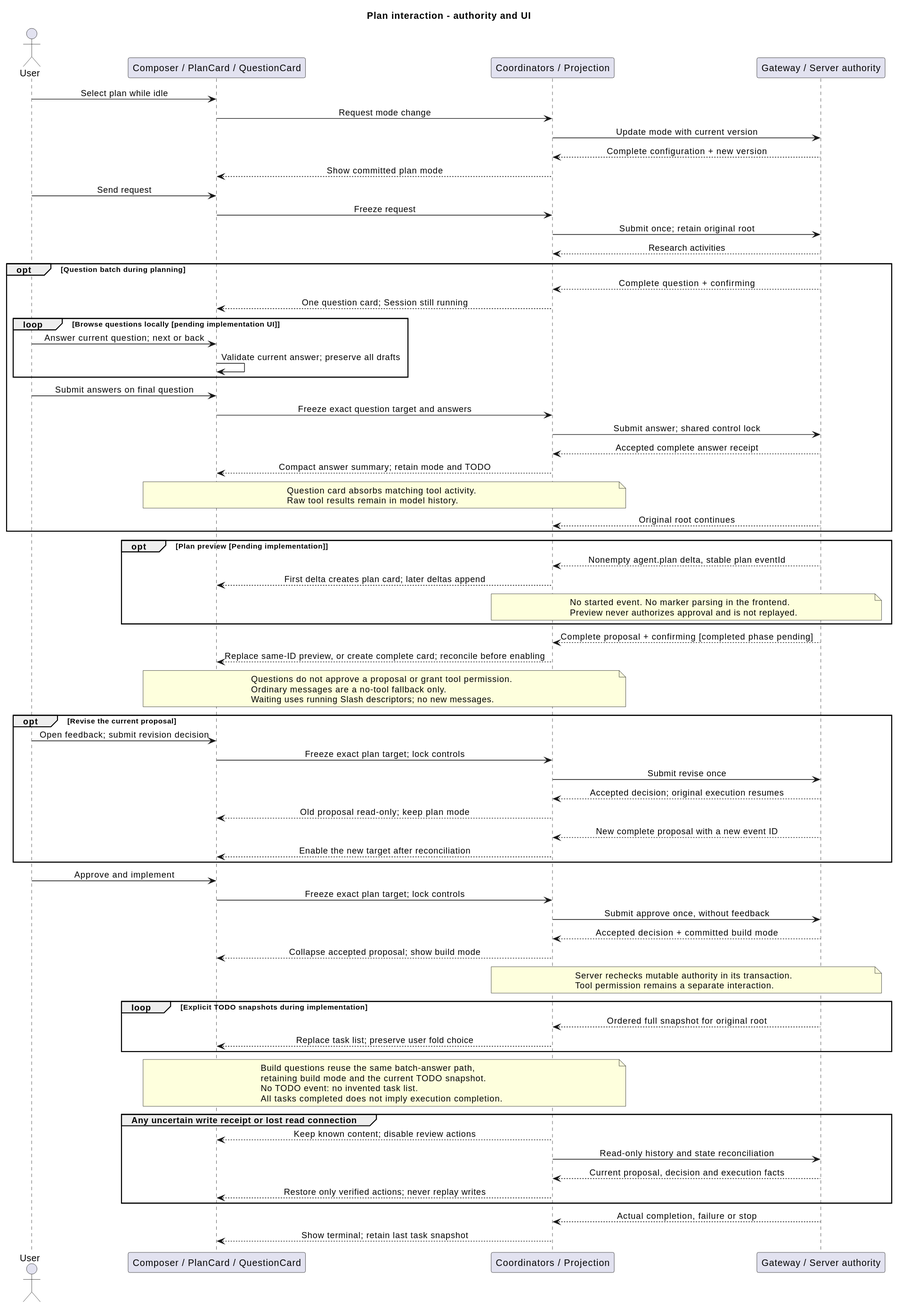
Before: 07-前端设计/技术设计/target_plan_interaction.svg, a diagram exported from PlantUML (ssm0808/pi-mono-java-design). Source of this version:
```plantuml
@startuml
title Plan interaction - authority and UI
skinparam backgroundColor white
skinparam shadowing false
skinparam defaultFontName SansSerif
skinparam sequenceMessageAlign center
actor User
participant "Composer / PlanCard / QuestionCard" as UI
participant "Coordinators / Projection" as State
participant "Gateway / Server authority" as API
User -> UI : Select plan while idle
UI -> State : Request mode change
State -> API : Update mode with current version
API --> State : Complete configuration + new version
State --> UI : Show committed plan mode
User -> UI : Send request
UI -> State : Freeze request
State -> API : Submit once; retain original root
API --> State : Research activities
opt Question batch during planning
  API --> State : Complete question + confirming
  State --> UI : One question card; Session still running
  loop Browse questions locally [pending implementation UI]
    User -> UI : Answer current question; next or back
    UI -> UI : Validate current answer; preserve all drafts
  end
  User -> UI : Submit answers on final question
  UI -> State : Freeze exact question target and answers
  State -> API : Submit answer; shared control lock
  API --> State : Accepted complete answer receipt
  State --> UI : Compact answer summary; retain mode and TODO
  note over UI, State
    Question card absorbs matching tool activity.
    Raw tool results remain in model history.
  end note
  API --> State : Original root continues
end
opt Plan preview [Pending implementation]
  API --> State : Nonempty agent.plan delta, stable plan eventId
  State --> UI : First delta creates plan card; later deltas append
  note over State, API
    No started event. No marker parsing in the frontend.
    Preview never authorizes approval and is not replayed.
  end note
end
API --> State : Complete proposal + confirming [completed phase pending]
State --> UI : Replace same-ID preview, or create complete card; reconcile before enabling
note over UI, State
  Questions do not approve a proposal or grant tool permission.
  Ordinary messages are a no-tool fallback only.
  Waiting uses running Slash descriptors; no new messages.
end note
opt Revise the current proposal
  User -> UI : Open feedback; submit revision decision
  UI -> State : Freeze exact plan target; lock controls
  State -> API : Submit revise once
  API --> State : Accepted decision; original execution resumes
  State --> UI : Old proposal read-only; keep plan mode
  API --> State : New complete proposal with a new event ID
  State --> UI : Enable the new target after reconciliation
end
User -> UI : Approve and implement
UI -> State : Freeze exact plan target; lock controls
State -> API : Submit approve once, without feedback
API --> State : Accepted decision + committed build mode
State --> UI : Collapse accepted proposal; show build mode
note over State, API
  Server rechecks mutable authority in its transaction.
  Tool permission remains a separate interaction.
end note
loop Explicit TODO snapshots during implementation
  API --> State : Ordered full snapshot for original root
  State --> UI : Replace task list; preserve user fold choice
end
note over UI, State
  Build questions reuse the same batch-answer path,
  retaining build mode and the current TODO snapshot.
  No TODO event: no invented task list.
  All tasks completed does not imply execution completion.
end note
group Any uncertain write receipt or lost read connection
  State --> UI : Keep known content; disable review actions
  State -> API : Read-only history and state reconciliation
  API --> State : Current proposal, decision and execution facts
  State --> UI : Restore only verified actions; never replay writes
end
API --> State : Actual completion, failure or stop
State --> UI : Show terminal; retain last task snapshot
@enduml
```
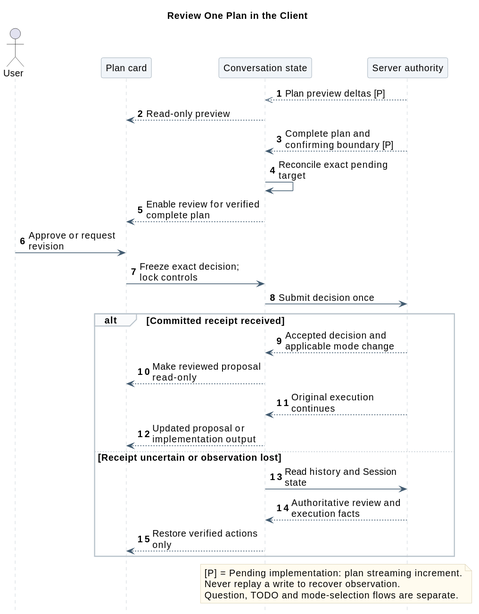
The same diagram one commit later.

Change to the diagram source:
```diff
@@ -1,89 +1,47 @@
 @startuml
-title Plan interaction - authority and UI
 skinparam backgroundColor white
+skinparam defaultFontName SansSerif
+skinparam defaultFontSize 14
 skinparam shadowing false
-skinparam defaultFontName SansSerif
-skinparam sequenceMessageAlign center
+skinparam sequenceMessageAlign left
+skinparam maxMessageSize 180
+skinparam sequenceArrowColor #425B70
+skinparam sequenceLifeLineBorderColor #BAC4CC
+skinparam sequenceParticipantBackgroundColor #F1F5F9
+skinparam sequenceParticipantBorderColor #8496A4
+skinparam sequenceGroupBackgroundColor #FAFBFC
+skinparam sequenceGroupBorderColor #BAC4CC
+skinparam noteBackgroundColor #FFFBEF
+skinparam noteBorderColor #D2C6A5
+hide footbox
+autonumber
+
+title Review One Plan in the Client
 actor User
-participant "Composer / PlanCard / QuestionCard" as UI
-participant "Coordinators / Projection" as State
-participant "Gateway / Server authority" as API
-User -> UI : Select plan while idle
-UI -> State : Request mode change
-State -> API : Update mode with current version
-API --> State : Complete configuration + new version
-State --> UI : Show committed plan mode
-User -> UI : Send request
-UI -> State : Freeze request
-State -> API : Submit once; retain original root
-API --> State : Research activities
-opt Question batch during planning
-  API --> State : Complete question + confirming
-  State --> UI : One question card; Session still running
-  loop Browse questions locally [pending implementation UI]
-    User -> UI : Answer current question; next or back
-    UI -> UI : Validate current answer; preserve all drafts
-  end
-  User -> UI : Submit answers on final question
-  UI -> State : Freeze exact question target and answers
-  State -> API : Submit answer; shared control lock
-  API --> State : Accepted complete answer receipt
-  State --> UI : Compact answer summary; retain mode and TODO
-  note over UI, State
-    Question card absorbs matching tool activity.
-    Raw tool results remain in model history.
-  end note
-  API --> State : Original root continues
+participant "Plan card" as UI
+participant "Conversation state" as State
+participant "Server authority" as API
+API -->> State : Plan preview deltas [P]
+State --> UI : Read-only preview
+API --> State : Complete plan and confirming boundary [P]
+State -> State : Reconcile exact pending target
+State --> UI : Enable review for verified complete plan
+User -> UI : Approve or request revision
+UI -> State : Freeze exact decision; lock controls
+State -> API : Submit decision once
+alt Committed receipt received
+  API --> State : Accepted decision and applicable mode change
+  State --> UI : Make reviewed proposal read-only
+  API --> State : Original execution continues
+  State --> UI : Updated proposal or implementation output
+else Receipt uncertain or observation lost
+  State -> API : Read history and Session state
+  API --> State : Authoritative review and execution facts
+  State --> UI : Restore verified actions only
 end
-opt Plan preview [Pending implementation]
-  API --> State : Nonempty agent.plan delta, stable plan eventId
-  State --> UI : First delta creates plan card; later deltas append
-  note over State, API
-    No started event. No marker parsing in the frontend.
-    Preview never authorizes approval and is not replayed.
-  end note
-end
-API --> State : Complete proposal + confirming [completed phase pending]
-State --> UI : Replace same-ID preview, or create complete card; reconcile before enabling
-note over UI, State
-  Questions do not approve a proposal or grant tool permission.
-  Ordinary messages are a no-tool fallback only.
-  Waiting uses running Slash descriptors; no new messages.
+note over State,API
+  [P] = Pending implementation: plan streaming increment.
+  Never replay a write to recover observation.
+  Question, TODO and mode-selection flows are separate.
 end note
-opt Revise the current proposal
-  User -> UI : Open feedback; submit revision decision
-  UI -> State : Freeze exact plan target; lock controls
-  State -> API : Submit revise once
-  API --> State : Accepted decision; original execution resumes
-  State --> UI : Old proposal read-only; keep plan mode
-  API --> State : New complete proposal with a new event ID
-  State --> UI : Enable the new target after reconciliation
-end
-User -> UI : Approve and implement
-UI -> State : Freeze exact plan target; lock controls
-State -> API : Submit approve once, without feedback
-API --> State : Accepted decision + committed build mode
-State --> UI : Collapse accepted proposal; show build mode
-note over State, API
-  Server rechecks mutable authority in its transaction.
-  Tool permission remains a separate interaction.
-end note
-loop Explicit TODO snapshots during implementation
-  API --> State : Ordered full snapshot for original root
-  State --> UI : Replace task list; preserve user fold choice
-end
-note over UI, State
-  Build questions reuse the same batch-answer path,
-  retaining build mode and the current TODO snapshot.
-  No TODO event: no invented task list.
-  All tasks completed does not imply execution completion.
-end note
-group Any uncertain write receipt or lost read connection
-  State --> UI : Keep known content; disable review actions
-  State -> API : Read-only history and state reconciliation
-  API --> State : Current proposal, decision and execution facts
-  State --> UI : Restore only verified actions; never replay writes
-end
-API --> State : Actual completion, failure or stop
-State --> UI : Show terminal; retain last task snapshot
 @enduml
```
